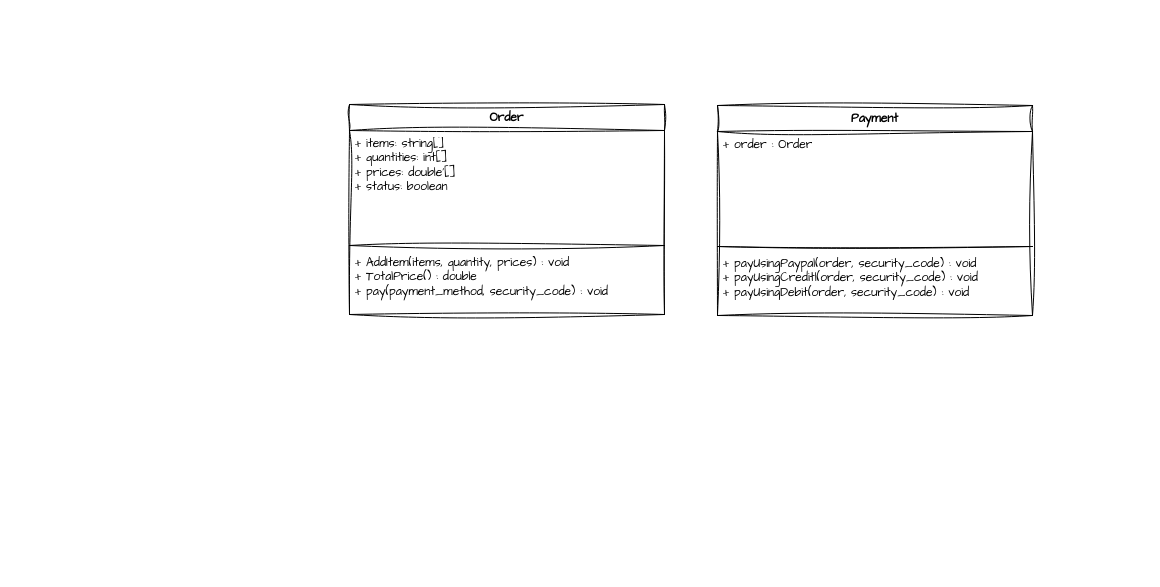
Earlier version of the draw.io diagram sql/Untitled Diagram.drawio (MrkDchvz/grocery_system). Source tidied: cells renumbered, new cells numbered last; positions are measured from the earlier drawing's top-left corner, leaving out a move shared by most shapes. Both pictures are drawn from the tidied source at 100%, with x=0, y=0 at pixel (349, 104).
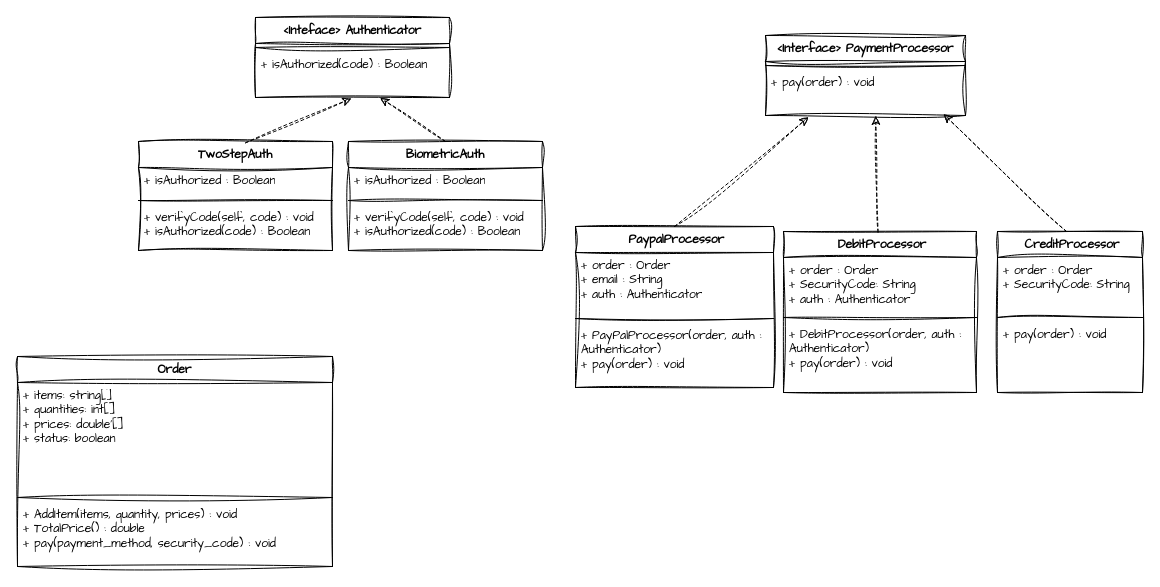
Above is the later version.

Diff of the diagram source:
```diff
@@
     <mxCell id="2" value="Order" style="swimlane;fontStyle=1;align=center;verticalAlign=top;horizontal=1;startSize=26;whiteSpace=wrap;html=1;sketch=1;hachureGap=4;jiggle=2;curveFitting=1;fontFamily=Architects Daughter;" parent="1" vertex="1">
-      <mxGeometry width="315" height="210" as="geometry" />
+      <mxGeometry x="-332" y="252" width="315" height="210" as="geometry" />
     </mxCell>
@@
-    <mxCell id="6" value="Payment" style="swimlane;fontStyle=1;align=center;verticalAlign=top;horizontal=1;startSize=26;whiteSpace=wrap;html=1;sketch=1;hachureGap=4;jiggle=2;curveFitting=1;fontFamily=Architects Daughter;" parent="1" vertex="1">
-      <mxGeometry x="368" y="1" width="315" height="210" as="geometry" />
+    <mxCell id="6" value="&amp;lt;Interface&amp;gt; PaymentProcessor" style="swimlane;fontStyle=1;align=center;verticalAlign=top;horizontal=1;startSize=26;whiteSpace=wrap;html=1;sketch=1;hachureGap=4;jiggle=2;curveFitting=1;fontFamily=Architects Daughter;" parent="1" vertex="1">
+      <mxGeometry x="416" y="-69" width="200" height="80" as="geometry" />
     </mxCell>
-    <mxCell id="7" value="+ order : Order" style="text;strokeColor=none;fillColor=none;align=left;verticalAlign=top;spacingLeft=4;spacingRight=4;overflow=hidden;whiteSpace=wrap;html=1;fontFamily=Architects Daughter;" parent="6" vertex="1">
-      <mxGeometry y="26" width="315" height="111" as="geometry" />
-    </mxCell>
     <mxCell id="8" style="line;strokeWidth=1;fillColor=none;align=left;verticalAlign=middle;spacingTop=-1;spacingLeft=3;spacingRight=3;labelPosition=right;strokeColor=inherit;sketch=1;hachureGap=4;jiggle=2;curveFitting=1;fontFamily=Architects Daughter;" parent="6" vertex="1">
-      <mxGeometry y="137" width="315" height="8" as="geometry" />
+      <mxGeometry y="26" width="200" height="8" as="geometry" />
     </mxCell>
-    <mxCell id="9" value="&lt;div&gt;+ payUsingPaypal(order, security_code) : void&lt;br&gt;&lt;div&gt;+ payUsingCreditl(order, security_code) : void&lt;/div&gt;&lt;div&gt;&lt;div&gt;+ payUsingDebit(order, security_code) : void&lt;/div&gt;&lt;/div&gt; &lt;/div&gt;" style="text;strokeColor=none;fillColor=none;align=left;verticalAlign=top;spacingLeft=4;spacingRight=4;overflow=hidden;points=[[0,0.5],[1,0.5]];portConstraint=eastwest;whiteSpace=wrap;html=1;fontFamily=Architects Daughter;" parent="6" vertex="1">
-      <mxGeometry y="145" width="315" height="65" as="geometry" />
+    <mxCell id="9" value="&lt;div&gt;+ pay(order) : void&lt;br&gt;&lt;br&gt;&lt;/div&gt;" style="text;strokeColor=none;fillColor=none;align=left;verticalAlign=top;spacingLeft=4;spacingRight=4;overflow=hidden;points=[[0,0.5],[1,0.5]];portConstraint=eastwest;whiteSpace=wrap;html=1;fontFamily=Architects Daughter;" parent="6" vertex="1">
+      <mxGeometry y="34" width="200" height="46" as="geometry" />
     </mxCell>
+    <mxCell id="10" value="&amp;nbsp;PaypalProcessor" style="swimlane;fontStyle=1;align=center;verticalAlign=top;horizontal=1;startSize=26;whiteSpace=wrap;html=1;sketch=1;hachureGap=4;jiggle=2;curveFitting=1;fontFamily=Architects Daughter;" parent="1" vertex="1">
+      <mxGeometry x="226" y="122" width="198" height="161" as="geometry" />
+    </mxCell>
+    <mxCell id="11" value="&lt;div&gt;+ order : Order&lt;/div&gt;&lt;div&gt;+ email : String&lt;br&gt;&lt;/div&gt;&lt;div&gt;+ auth : Authenticator&lt;br&gt;&lt;/div&gt;" style="text;strokeColor=none;fillColor=none;align=left;verticalAlign=top;spacingLeft=4;spacingRight=4;overflow=hidden;whiteSpace=wrap;html=1;fontFamily=Architects Daughter;" parent="10" vertex="1">
+      <mxGeometry y="26" width="198" height="62" as="geometry" />
+    </mxCell>
+    <mxCell id="12" style="line;strokeWidth=1;fillColor=none;align=left;verticalAlign=middle;spacingTop=-1;spacingLeft=3;spacingRight=3;labelPosition=right;strokeColor=inherit;sketch=1;hachureGap=4;jiggle=2;curveFitting=1;fontFamily=Architects Daughter;" parent="10" vertex="1">
+      <mxGeometry y="88" width="198" height="8" as="geometry" />
+    </mxCell>
+    <mxCell id="13" value="&lt;div&gt;&lt;div&gt;+ PayPalProcessor(order, auth : Authenticator)&lt;/div&gt;&lt;/div&gt;&lt;div&gt;+ pay(order) : void&lt;br&gt;&lt;br&gt;&lt;/div&gt;" style="text;strokeColor=none;fillColor=none;align=left;verticalAlign=top;spacingLeft=4;spacingRight=4;overflow=hidden;whiteSpace=wrap;html=1;fontFamily=Architects Daughter;" parent="10" vertex="1">
+      <mxGeometry y="96" width="198" height="65" as="geometry" />
+    </mxCell>
+    <mxCell id="14" value="&amp;nbsp;DebitProcessor" style="swimlane;fontStyle=1;align=center;verticalAlign=top;horizontal=1;startSize=26;whiteSpace=wrap;html=1;sketch=1;hachureGap=4;jiggle=2;curveFitting=1;fontFamily=Architects Daughter;" parent="1" vertex="1">
+      <mxGeometry x="434" y="127" width="193" height="161" as="geometry" />
+    </mxCell>
+    <mxCell id="15" value="&lt;div&gt;+ order : Order&lt;/div&gt;&lt;div&gt;+ SecurityCode: String&lt;/div&gt;&lt;div&gt;+ auth : Authenticator&lt;br&gt;&lt;/div&gt;" style="text;strokeColor=none;fillColor=none;align=left;verticalAlign=top;spacingLeft=4;spacingRight=4;overflow=hidden;whiteSpace=wrap;html=1;fontFamily=Architects Daughter;" parent="14" vertex="1">
+      <mxGeometry y="26" width="193" height="56" as="geometry" />
+    </mxCell>
+    <mxCell id="16" style="line;strokeWidth=1;fillColor=none;align=left;verticalAlign=middle;spacingTop=-1;spacingLeft=3;spacingRight=3;labelPosition=right;strokeColor=inherit;sketch=1;hachureGap=4;jiggle=2;curveFitting=1;fontFamily=Architects Daughter;" parent="14" vertex="1">
+      <mxGeometry y="82" width="193" height="8" as="geometry" />
+    </mxCell>
+    <mxCell id="17" value="&lt;div&gt;+ DebitProcessor(order, auth : Authenticator)&lt;/div&gt;&lt;div&gt;+ pay(order) : void&lt;br&gt;&lt;br&gt;&lt;/div&gt;" style="text;strokeColor=none;fillColor=none;align=left;verticalAlign=top;spacingLeft=4;spacingRight=4;overflow=hidden;whiteSpace=wrap;html=1;fontFamily=Architects Daughter;" parent="14" vertex="1">
+      <mxGeometry y="90" width="193" height="71" as="geometry" />
+    </mxCell>
+    <mxCell id="18" value="&amp;nbsp;CreditProcessor" style="swimlane;fontStyle=1;align=center;verticalAlign=top;horizontal=1;startSize=26;whiteSpace=wrap;html=1;sketch=1;hachureGap=4;jiggle=2;curveFitting=1;fontFamily=Architects Daughter;" parent="1" vertex="1">
+      <mxGeometry x="648" y="127" width="145" height="161" as="geometry" />
+    </mxCell>
+    <mxCell id="19" value="&lt;div&gt;+ order : Order&lt;/div&gt;&lt;div&gt;+ SecurityCode: String&lt;br&gt;&lt;/div&gt;" style="text;strokeColor=none;fillColor=none;align=left;verticalAlign=top;spacingLeft=4;spacingRight=4;overflow=hidden;whiteSpace=wrap;html=1;fontFamily=Architects Daughter;" parent="18" vertex="1">
+      <mxGeometry y="26" width="145" height="56" as="geometry" />
+    </mxCell>
+    <mxCell id="20" style="line;strokeWidth=1;fillColor=none;align=left;verticalAlign=middle;spacingTop=-1;spacingLeft=3;spacingRight=3;labelPosition=right;strokeColor=inherit;sketch=1;hachureGap=4;jiggle=2;curveFitting=1;fontFamily=Architects Daughter;" parent="18" vertex="1">
+      <mxGeometry y="82" width="145" height="8" as="geometry" />
+    </mxCell>
+    <mxCell id="21" value="&lt;div&gt;+ pay(order) : void&lt;br&gt;&lt;br&gt;&lt;/div&gt;" style="text;strokeColor=none;fillColor=none;align=left;verticalAlign=top;spacingLeft=4;spacingRight=4;overflow=hidden;whiteSpace=wrap;html=1;fontFamily=Architects Daughter;" parent="18" vertex="1">
+      <mxGeometry y="90" width="145" height="71" as="geometry" />
+    </mxCell>
+    <mxCell id="22" style="html=1;labelBackgroundColor=#ffffff;startArrow=none;startFill=0;startSize=6;endArrow=classic;endFill=1;endSize=6;jettySize=auto;strokeWidth=1;dashed=1;fontSize=14;rounded=0;sketch=1;hachureGap=4;jiggle=2;curveFitting=1;fontFamily=Architects Daughter;entryX=0.551;entryY=1.012;entryDx=0;entryDy=0;entryPerimeter=0;exitX=0.49;exitY=0.004;exitDx=0;exitDy=0;exitPerimeter=0;" parent="1" edge="1" source="14" target="9">
+      <mxGeometry relative="1" as="geometry" />
+    </mxCell>
+    <mxCell id="23" style="html=1;labelBackgroundColor=#ffffff;startArrow=none;startFill=0;startSize=6;endArrow=classic;endFill=1;endSize=6;jettySize=auto;strokeWidth=1;dashed=1;fontSize=14;rounded=0;sketch=1;hachureGap=4;jiggle=2;curveFitting=1;fontFamily=Architects Daughter;entryX=0.891;entryY=0.975;entryDx=0;entryDy=0;entryPerimeter=0;exitX=0.476;exitY=0;exitDx=0;exitDy=0;exitPerimeter=0;" parent="1" edge="1" source="18" target="9">
+      <mxGeometry relative="1" as="geometry" />
+    </mxCell>
+    <mxCell id="24" value="TwoStepAuth" style="swimlane;fontStyle=1;align=center;verticalAlign=top;horizontal=1;startSize=26;whiteSpace=wrap;html=1;sketch=1;hachureGap=4;jiggle=2;curveFitting=1;fontFamily=Architects Daughter;" parent="1" vertex="1">
+      <mxGeometry x="-211" y="37" width="194" height="109" as="geometry" />
+    </mxCell>
+    <mxCell id="25" value="+ isAuthorized : Boolean" style="text;strokeColor=none;fillColor=none;align=left;verticalAlign=top;spacingLeft=4;spacingRight=4;overflow=hidden;whiteSpace=wrap;html=1;fontFamily=Architects Daughter;" parent="24" vertex="1">
+      <mxGeometry y="26" width="194" height="29" as="geometry" />
+    </mxCell>
+    <mxCell id="26" style="line;strokeWidth=1;fillColor=none;align=left;verticalAlign=middle;spacingTop=-1;spacingLeft=3;spacingRight=3;labelPosition=right;strokeColor=inherit;sketch=1;hachureGap=4;jiggle=2;curveFitting=1;fontFamily=Architects Daughter;" parent="24" vertex="1">
+      <mxGeometry y="55" width="194" height="8" as="geometry" />
+    </mxCell>
+    <mxCell id="27" value="&lt;div&gt;+ verifyCode(self, code) : void&lt;br&gt;+ isAuthorized(code) : Boolean&lt;br&gt;&lt;/div&gt;" style="text;strokeColor=none;fillColor=none;align=left;verticalAlign=top;spacingLeft=4;spacingRight=4;overflow=hidden;whiteSpace=wrap;html=1;fontFamily=Architects Daughter;" parent="24" vertex="1">
+      <mxGeometry y="63" width="194" height="46" as="geometry" />
+    </mxCell>
+    <mxCell id="28" value="&amp;lt;Inteface&amp;gt; Authenticator" style="swimlane;fontStyle=1;align=center;verticalAlign=top;horizontal=1;startSize=26;whiteSpace=wrap;html=1;sketch=1;hachureGap=4;jiggle=2;curveFitting=1;fontFamily=Architects Daughter;" parent="1" vertex="1">
+      <mxGeometry x="-94" y="-87" width="194" height="80" as="geometry" />
+    </mxCell>
+    <mxCell id="29" style="line;strokeWidth=1;fillColor=none;align=left;verticalAlign=middle;spacingTop=-1;spacingLeft=3;spacingRight=3;labelPosition=right;strokeColor=inherit;sketch=1;hachureGap=4;jiggle=2;curveFitting=1;fontFamily=Architects Daughter;" parent="28" vertex="1">
+      <mxGeometry y="26" width="194" height="8" as="geometry" />
+    </mxCell>
+    <mxCell id="30" value="&lt;div&gt;+ isAuthorized(code) : Boolean&lt;br&gt;&lt;/div&gt;" style="text;strokeColor=none;fillColor=none;align=left;verticalAlign=top;spacingLeft=4;spacingRight=4;overflow=hidden;points=[[0,0.5],[1,0.5]];portConstraint=eastwest;whiteSpace=wrap;html=1;fontFamily=Architects Daughter;" parent="28" vertex="1">
+      <mxGeometry y="34" width="194" height="46" as="geometry" />
+    </mxCell>
+    <mxCell id="31" style="html=1;labelBackgroundColor=#ffffff;startArrow=none;startFill=0;startSize=6;endArrow=classic;endFill=1;endSize=6;jettySize=auto;strokeWidth=1;dashed=1;fontSize=14;rounded=0;sketch=1;hachureGap=4;jiggle=2;curveFitting=1;fontFamily=Architects Daughter;entryX=0.214;entryY=1.04;entryDx=0;entryDy=0;entryPerimeter=0;exitX=0.5;exitY=0;exitDx=0;exitDy=0;" parent="1" edge="1" source="10" target="9">
+      <mxGeometry relative="1" as="geometry" />
+    </mxCell>
+    <mxCell id="32" style="html=1;labelBackgroundColor=#ffffff;startArrow=none;startFill=0;startSize=6;endArrow=classic;endFill=1;endSize=6;jettySize=auto;strokeWidth=1;dashed=1;fontSize=14;rounded=0;sketch=1;hachureGap=4;jiggle=2;curveFitting=1;fontFamily=Architects Daughter;entryX=0.493;entryY=1.024;entryDx=0;entryDy=0;entryPerimeter=0;exitX=0.552;exitY=0.012;exitDx=0;exitDy=0;exitPerimeter=0;" parent="1" edge="1" source="24" target="30">
+      <mxGeometry relative="1" as="geometry" />
+    </mxCell>
+    <mxCell id="33" value="BiometricAuth" style="swimlane;fontStyle=1;align=center;verticalAlign=top;horizontal=1;startSize=26;whiteSpace=wrap;html=1;sketch=1;hachureGap=4;jiggle=2;curveFitting=1;fontFamily=Architects Daughter;" parent="1" vertex="1">
+      <mxGeometry x="-1" y="37" width="194" height="109" as="geometry" />
+    </mxCell>
+    <mxCell id="34" value="+ isAuthorized : Boolean" style="text;strokeColor=none;fillColor=none;align=left;verticalAlign=top;spacingLeft=4;spacingRight=4;overflow=hidden;whiteSpace=wrap;html=1;fontFamily=Architects Daughter;" parent="33" vertex="1">
+      <mxGeometry y="26" width="194" height="29" as="geometry" />
+    </mxCell>
+    <mxCell id="35" style="line;strokeWidth=1;fillColor=none;align=left;verticalAlign=middle;spacingTop=-1;spacingLeft=3;spacingRight=3;labelPosition=right;strokeColor=inherit;sketch=1;hachureGap=4;jiggle=2;curveFitting=1;fontFamily=Architects Daughter;" parent="33" vertex="1">
+      <mxGeometry y="55" width="194" height="8" as="geometry" />
+    </mxCell>
+    <mxCell id="36" value="&lt;div&gt;+ verifyCode(self, code) : void&lt;br&gt;+ isAuthorized(code) : Boolean&lt;br&gt;&lt;/div&gt;" style="text;strokeColor=none;fillColor=none;align=left;verticalAlign=top;spacingLeft=4;spacingRight=4;overflow=hidden;whiteSpace=wrap;html=1;fontFamily=Architects Daughter;" parent="33" vertex="1">
+      <mxGeometry y="63" width="194" height="46" as="geometry" />
+    </mxCell>
+    <mxCell id="37" style="html=1;labelBackgroundColor=#ffffff;startArrow=none;startFill=0;startSize=6;endArrow=classic;endFill=1;endSize=6;jettySize=auto;strokeWidth=1;dashed=1;fontSize=14;rounded=0;sketch=1;hachureGap=4;jiggle=2;curveFitting=1;fontFamily=Architects Daughter;entryX=0.644;entryY=1.011;entryDx=0;entryDy=0;entryPerimeter=0;exitX=0.5;exitY=0;exitDx=0;exitDy=0;" parent="1" edge="1" source="33" target="30">
+      <mxGeometry relative="1" as="geometry" />
+    </mxCell>
```
